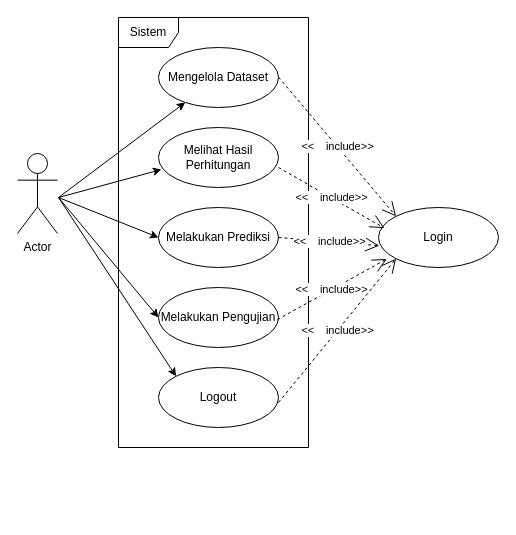
Earlier version of the draw.io diagram page "USE CASE" (1 of 8) of RegresiLinear.drawio (ArtEnginer/UML-DIAGRAM). Source tidied: cells renumbered, new cells numbered last; positions are measured from the earlier drawing's top-left corner, leaving out a move shared by most shapes. Both pictures are drawn from the tidied source at 100%, with x=0, y=0 at pixel (17, 17).
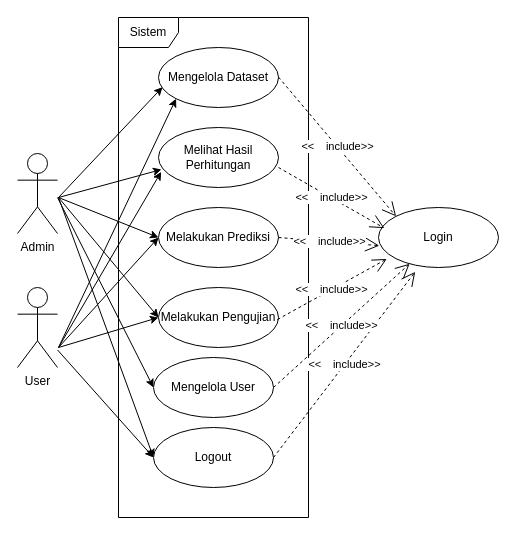
The same diagram, later.

Unchanged cells that the change refers to:
```xml
<mxCell id="7" value="Mengelola Dataset" style="ellipse;whiteSpace=wrap;html=1;" parent="1" vertex="1">
  <mxGeometry x="141" y="30" width="120" height="60" as="geometry" />
</mxCell>
<mxCell id="8" value="Melihat Hasil Perhitungan" style="ellipse;whiteSpace=wrap;html=1;" parent="1" vertex="1">
  <mxGeometry x="141" y="110" width="120" height="60" as="geometry" />
</mxCell>
<mxCell id="9" value="Melakukan Prediksi" style="ellipse;whiteSpace=wrap;html=1;" parent="1" vertex="1">
  <mxGeometry x="141" y="190" width="120" height="60" as="geometry" />
</mxCell>
<mxCell id="10" value="Melakukan Pengujian" style="ellipse;whiteSpace=wrap;html=1;" parent="1" vertex="1">
  <mxGeometry x="141" y="270" width="120" height="60" as="geometry" />
</mxCell>
<mxCell id="13" value="Login" style="ellipse;whiteSpace=wrap;html=1;" parent="1" vertex="1">
  <mxGeometry x="361" y="190" width="120" height="60" as="geometry" />
</mxCell>
```

Change to the diagram source:
```diff
@@
-    <mxCell id="2" style="edgeStyle=none;rounded=0;jettySize=auto;html=1;" parent="1" edge="1" target="7">
+    <mxCell id="2" style="edgeStyle=none;rounded=0;jettySize=auto;html=1;entryX=0.033;entryY=0.661;entryDx=0;entryDy=0;entryPerimeter=0;" parent="1" edge="1" target="7">
       <mxGeometry relative="1" as="geometry">
         <mxPoint x="41" y="180" as="sourcePoint" />
       </mxGeometry>
     </mxCell>
@@
-    <mxCell id="5" style="edgeStyle=none;rounded=0;jettySize=auto;html=1;entryX=0;entryY=0;entryDx=0;entryDy=0;" parent="1" edge="1" target="11">
+    <mxCell id="5" style="edgeStyle=none;rounded=0;jettySize=auto;html=1;entryX=0;entryY=0.5;entryDx=0;entryDy=0;" parent="1" edge="1" target="11">
       <mxGeometry relative="1" as="geometry">
         <mxPoint x="41" y="180" as="sourcePoint" />
       </mxGeometry>
     </mxCell>
-    <mxCell id="6" value="Actor" style="shape=umlActor;verticalLabelPosition=bottom;verticalAlign=top;html=1;" parent="1" vertex="1">
+    <mxCell id="6" value="Admin" style="shape=umlActor;verticalLabelPosition=bottom;verticalAlign=top;html=1;" parent="1" vertex="1">
       <mxGeometry y="136" width="40" height="80" as="geometry" />
     </mxCell>
@@
     <mxCell id="11" value="Logout" style="ellipse;whiteSpace=wrap;html=1;" parent="1" vertex="1">
-      <mxGeometry x="141" y="350" width="120" height="60" as="geometry" />
+      <mxGeometry x="136" y="410" width="120" height="60" as="geometry" />
     </mxCell>
@@
     <mxCell id="14" value="Sistem" style="shape=umlFrame;whiteSpace=wrap;html=1;" parent="1" vertex="1">
-      <mxGeometry x="101" width="190" height="430" as="geometry" />
+      <mxGeometry x="101" width="190" height="500" as="geometry" />
     </mxCell>
@@
-    <mxCell id="19" value="&amp;lt;&amp;lt;&lt;span style=&quot;white-space: pre;&quot;&gt;&#9;&lt;/span&gt;include&amp;gt;&amp;gt;" style="endArrow=open;endSize=12;dashed=1;html=1;rounded=0;entryX=0;entryY=1;entryDx=0;entryDy=0;" parent="1" edge="1" target="13">
-      <mxGeometry relative="1" as="geometry">
-        <mxPoint x="261" y="385" as="sourcePoint" />
-      </mxGeometry>
+    <mxCell id="19" value="&amp;lt;&amp;lt;&lt;span style=&quot;white-space: pre;&quot;&gt;&#9;&lt;/span&gt;include&amp;gt;&amp;gt;" style="endArrow=open;endSize=12;dashed=1;html=1;rounded=0;entryX=0.306;entryY=1.072;entryDx=0;entryDy=0;exitX=1;exitY=0.5;exitDx=0;exitDy=0;entryPerimeter=0;" parent="1" edge="1" source="11" target="13">
+      <mxGeometry relative="1" as="geometry" />
     </mxCell>
+    <mxCell id="20" value="User" style="shape=umlActor;verticalLabelPosition=bottom;verticalAlign=top;html=1;outlineConnect=0;" parent="1" vertex="1">
+      <mxGeometry y="270" width="40" height="80" as="geometry" />
+    </mxCell>
+    <mxCell id="21" value="Mengelola User" style="ellipse;whiteSpace=wrap;html=1;" parent="1" vertex="1">
+      <mxGeometry x="136" y="340" width="120" height="60" as="geometry" />
+    </mxCell>
+    <mxCell id="22" style="edgeStyle=none;rounded=0;jettySize=auto;html=1;entryX=0;entryY=0.5;entryDx=0;entryDy=0;" parent="1" edge="1" target="21">
+      <mxGeometry relative="1" as="geometry">
+        <mxPoint x="40" y="180" as="sourcePoint" />
+      </mxGeometry>
+    </mxCell>
+    <mxCell id="23" value="&amp;lt;&amp;lt;&lt;span style=&quot;white-space: pre;&quot;&gt;&#9;&lt;/span&gt;include&amp;gt;&amp;gt;" style="endArrow=open;endSize=12;dashed=1;html=1;rounded=0;exitX=1;exitY=0.5;exitDx=0;exitDy=0;" parent="1" edge="1" source="21" target="13">
+      <mxGeometry relative="1" as="geometry" />
+    </mxCell>
+    <mxCell id="24" style="edgeStyle=none;rounded=0;jettySize=auto;html=1;entryX=0;entryY=0.5;entryDx=0;entryDy=0;" parent="1" edge="1" source="20" target="11">
+      <mxGeometry relative="1" as="geometry" />
+    </mxCell>
+    <mxCell id="25" style="edgeStyle=none;rounded=0;jettySize=auto;html=1;entryX=0;entryY=0.5;entryDx=0;entryDy=0;" parent="1" edge="1" target="10">
+      <mxGeometry relative="1" as="geometry">
+        <mxPoint x="41" y="330" as="sourcePoint" />
+      </mxGeometry>
+    </mxCell>
+    <mxCell id="26" style="edgeStyle=none;rounded=0;jettySize=auto;html=1;entryX=0;entryY=0.5;entryDx=0;entryDy=0;" parent="1" edge="1" target="9">
+      <mxGeometry relative="1" as="geometry">
+        <mxPoint x="41" y="330" as="sourcePoint" />
+      </mxGeometry>
+    </mxCell>
+    <mxCell id="27" style="edgeStyle=none;rounded=0;jettySize=auto;html=1;entryX=0.022;entryY=0.739;entryDx=0;entryDy=0;entryPerimeter=0;" parent="1" edge="1" target="8">
+      <mxGeometry relative="1" as="geometry">
+        <mxPoint x="41" y="330" as="sourcePoint" />
+      </mxGeometry>
+    </mxCell>
+    <mxCell id="28" style="edgeStyle=none;rounded=0;jettySize=auto;html=1;entryX=0;entryY=1;entryDx=0;entryDy=0;" parent="1" edge="1" target="7">
+      <mxGeometry relative="1" as="geometry">
+        <mxPoint x="41" y="330" as="sourcePoint" />
+      </mxGeometry>
+    </mxCell>
```
